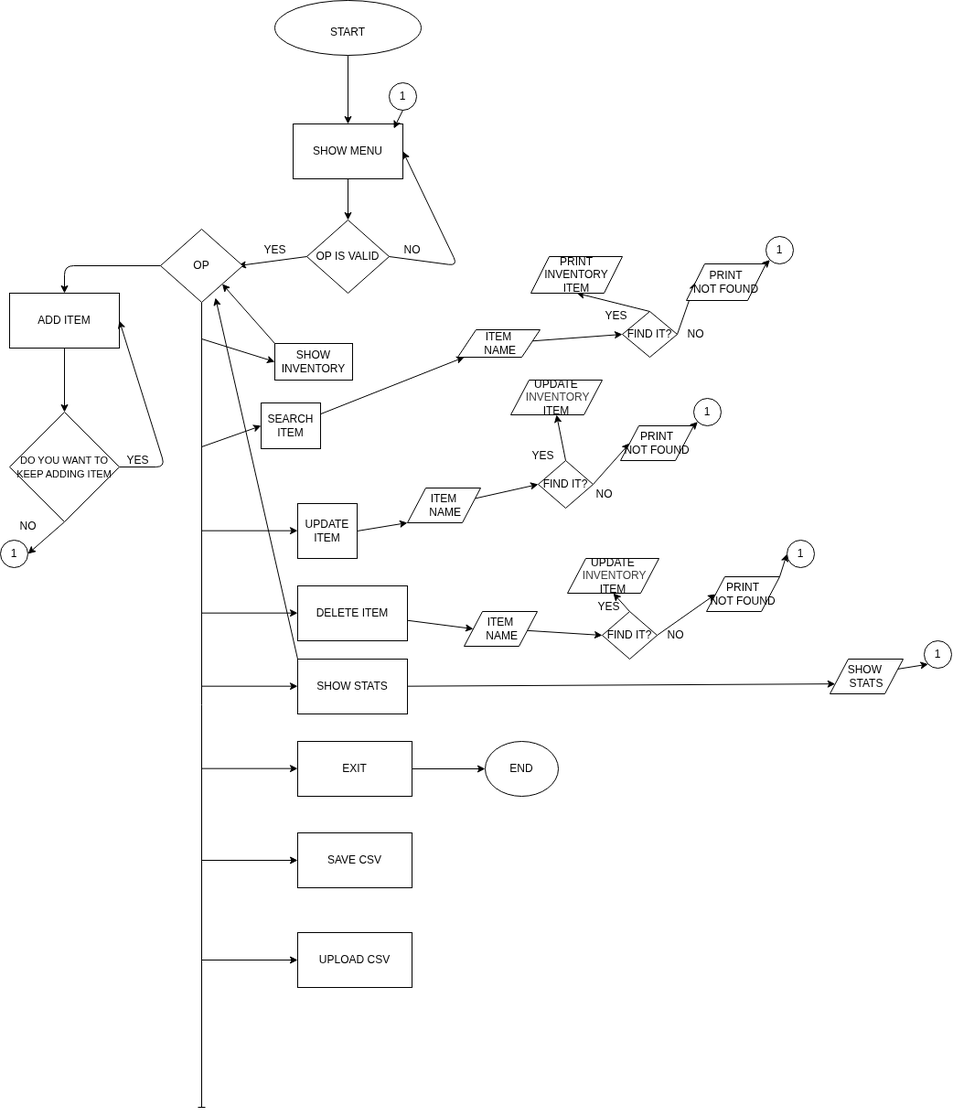
lLuyss123/User_Storys keeps this draw.io diagram as Diagrama.drawio.png. Above is the earlier version. Source tidied: cells renumbered, new cells last; positions are measured from the earlier drawing's top-left corner, leaving out a move shared by most shapes.
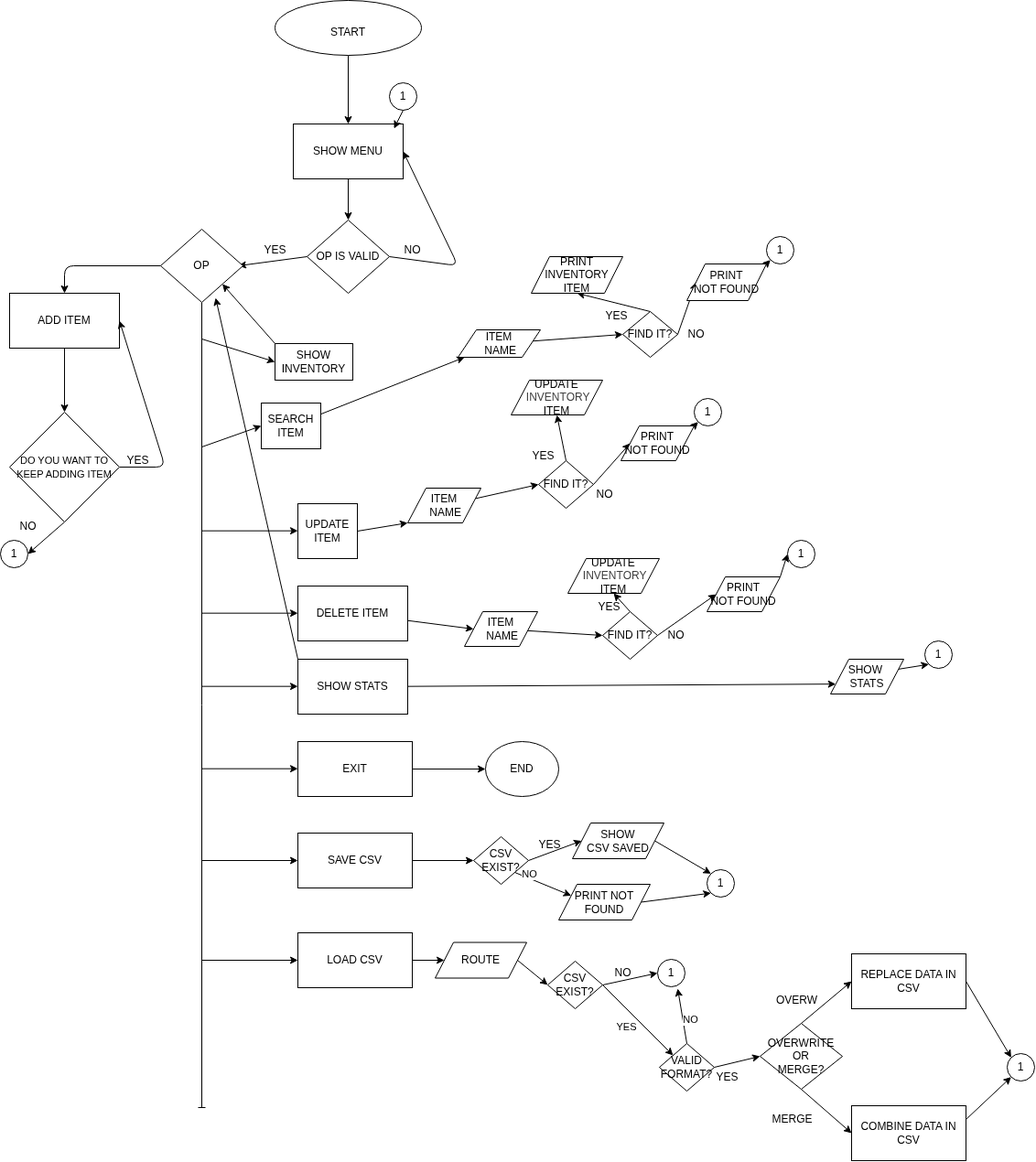
The same file after the commit.

Commit message:
diagrama terminado

The edit, as a diff of the source:
```diff
@@ -156,6 +156,9 @@
         <mxPoint x="220" y="940" as="sourcePoint" />
       </mxGeometry>
     </mxCell>
+    <mxCell id="85" style="edgeStyle=none;html=1;exitX=1;exitY=0.5;exitDx=0;exitDy=0;entryX=0;entryY=0.5;entryDx=0;entryDy=0;" parent="1" edge="1" source="42" target="92">
+      <mxGeometry relative="1" as="geometry" />
+    </mxCell>
     <mxCell id="42" value="SAVE CSV" style="rounded=0;whiteSpace=wrap;html=1;" parent="1" vertex="1">
       <mxGeometry x="325" y="910" width="125" height="60" as="geometry" />
     </mxCell>
@@ -164,7 +167,10 @@
         <mxPoint x="220" y="1049" as="sourcePoint" />
       </mxGeometry>
     </mxCell>
+    <mxCell id="86" style="edgeStyle=none;html=1;exitX=1;exitY=0.5;exitDx=0;exitDy=0;entryX=0;entryY=0.5;entryDx=0;entryDy=0;" parent="1" edge="1" source="44" target="98">
+      <mxGeometry relative="1" as="geometry" />
+    </mxCell>
-    <mxCell id="44" value="UPLOAD CSV" style="rounded=0;whiteSpace=wrap;html=1;" parent="1" vertex="1">
+    <mxCell id="44" value="LOAD CSV" style="rounded=0;whiteSpace=wrap;html=1;" parent="1" vertex="1">
       <mxGeometry x="325" y="1019" width="125" height="60" as="geometry" />
     </mxCell>
     <mxCell id="45" style="edgeStyle=none;html=1;entryX=0;entryY=0.5;entryDx=0;entryDy=0;" parent="1" edge="1" source="46" target="49">
@@ -287,5 +293,110 @@
     <mxCell id="84" value="1" style="ellipse;whiteSpace=wrap;html=1;" parent="1" vertex="1">
       <mxGeometry y="590" width="30" height="30" as="geometry" />
     </mxCell>
+    <mxCell id="87" style="edgeStyle=none;html=1;exitX=1;exitY=0.5;exitDx=0;exitDy=0;entryX=0;entryY=0;entryDx=0;entryDy=0;" parent="1" edge="1" source="88" target="96">
+      <mxGeometry relative="1" as="geometry" />
+    </mxCell>
+    <mxCell id="88" value="SHOW&lt;div&gt;CSV SAVED&lt;/div&gt;" style="shape=parallelogram;perimeter=parallelogramPerimeter;whiteSpace=wrap;html=1;fixedSize=1;" parent="1" vertex="1">
+      <mxGeometry x="625" y="899" width="100" height="39" as="geometry" />
+    </mxCell>
+    <mxCell id="89" style="edgeStyle=none;html=1;exitX=1;exitY=0.5;exitDx=0;exitDy=0;entryX=0;entryY=0.5;entryDx=0;entryDy=0;" parent="1" edge="1" source="92" target="88">
+      <mxGeometry relative="1" as="geometry" />
+    </mxCell>
+    <mxCell id="90" style="edgeStyle=none;html=1;exitX=1;exitY=1;exitDx=0;exitDy=0;entryX=0;entryY=0.25;entryDx=0;entryDy=0;" parent="1" edge="1" source="92" target="95">
+      <mxGeometry relative="1" as="geometry" />
+    </mxCell>
+    <mxCell id="91" value="NO" style="edgeLabel;html=1;align=center;verticalAlign=middle;" parent="90" vertex="1">
+      <mxGeometry x="-0.57" y="4" relative="1" as="geometry">
+        <mxPoint x="1" as="offset" />
+      </mxGeometry>
+    </mxCell>
+    <mxCell id="92" value="CSV&lt;div&gt;EXIST?&lt;/div&gt;" style="rhombus;whiteSpace=wrap;html=1;" parent="1" vertex="1">
+      <mxGeometry x="517" y="914" width="60" height="52" as="geometry" />
+    </mxCell>
+    <mxCell id="93" value="YES" style="text;html=1;align=center;verticalAlign=middle;strokeColor=none;fillColor=none;" parent="1" vertex="1">
+      <mxGeometry x="575" y="908" width="50" height="30" as="geometry" />
+    </mxCell>
+    <mxCell id="94" style="edgeStyle=none;html=1;exitX=1;exitY=0.5;exitDx=0;exitDy=0;entryX=0;entryY=1;entryDx=0;entryDy=0;" parent="1" edge="1" source="95" target="96">
+      <mxGeometry relative="1" as="geometry" />
+    </mxCell>
+    <mxCell id="95" value="PRINT NOT&lt;div&gt;FOUND&lt;/div&gt;" style="shape=parallelogram;perimeter=parallelogramPerimeter;whiteSpace=wrap;html=1;fixedSize=1;" parent="1" vertex="1">
+      <mxGeometry x="610" y="966" width="100" height="39" as="geometry" />
+    </mxCell>
+    <mxCell id="96" value="1" style="ellipse;whiteSpace=wrap;html=1;" parent="1" vertex="1">
+      <mxGeometry x="772" y="950" width="30" height="30" as="geometry" />
+    </mxCell>
+    <mxCell id="97" style="edgeStyle=none;html=1;exitX=1;exitY=0.5;exitDx=0;exitDy=0;entryX=0;entryY=0.5;entryDx=0;entryDy=0;" parent="1" edge="1" source="98" target="102">
+      <mxGeometry relative="1" as="geometry" />
+    </mxCell>
+    <mxCell id="98" value="ROUTE" style="shape=parallelogram;perimeter=parallelogramPerimeter;whiteSpace=wrap;html=1;fixedSize=1;" parent="1" vertex="1">
+      <mxGeometry x="475" y="1029.5" width="100" height="39" as="geometry" />
+    </mxCell>
+    <mxCell id="99" style="edgeStyle=none;html=1;exitX=1;exitY=0.5;exitDx=0;exitDy=0;entryX=0;entryY=0.5;entryDx=0;entryDy=0;" parent="1" edge="1" source="102" target="104">
+      <mxGeometry relative="1" as="geometry" />
+    </mxCell>
+    <mxCell id="100" style="edgeStyle=none;html=1;exitX=1;exitY=0.5;exitDx=0;exitDy=0;entryX=0;entryY=0;entryDx=0;entryDy=0;" parent="1" edge="1" source="102" target="108">
+      <mxGeometry relative="1" as="geometry" />
+    </mxCell>
+    <mxCell id="101" value="YES" style="edgeLabel;html=1;align=center;verticalAlign=middle;" parent="100" vertex="1">
+      <mxGeometry x="-0.09" y="-14" relative="1" as="geometry" />
+    </mxCell>
+    <mxCell id="102" value="CSV&lt;div&gt;EXIST?&lt;/div&gt;" style="rhombus;whiteSpace=wrap;html=1;" parent="1" vertex="1">
+      <mxGeometry x="598" y="1050" width="60" height="52" as="geometry" />
+    </mxCell>
+    <mxCell id="103" value="NO" style="text;html=1;align=center;verticalAlign=middle;strokeColor=none;fillColor=none;" parent="1" vertex="1">
+      <mxGeometry x="660" y="1048" width="40" height="30" as="geometry" />
+    </mxCell>
+    <mxCell id="104" value="1" style="ellipse;whiteSpace=wrap;html=1;" parent="1" vertex="1">
+      <mxGeometry x="718" y="1048" width="30" height="30" as="geometry" />
+    </mxCell>
+    <mxCell id="105" style="edgeStyle=none;html=1;exitX=0.5;exitY=0;exitDx=0;exitDy=0;" parent="1" edge="1" source="108">
+      <mxGeometry relative="1" as="geometry">
+        <mxPoint x="740" y="1080" as="targetPoint" />
+      </mxGeometry>
+    </mxCell>
+    <mxCell id="106" value="NO" style="edgeLabel;html=1;align=center;verticalAlign=middle;" parent="105" vertex="1">
+      <mxGeometry x="-0.15" y="-9" relative="1" as="geometry">
+        <mxPoint x="-1" as="offset" />
+      </mxGeometry>
+    </mxCell>
+    <mxCell id="107" style="edgeStyle=none;html=1;exitX=1;exitY=0.5;exitDx=0;exitDy=0;entryX=0;entryY=0.5;entryDx=0;entryDy=0;" parent="1" edge="1" source="108" target="112">
+      <mxGeometry relative="1" as="geometry" />
+    </mxCell>
+    <mxCell id="108" value="VALID&lt;div&gt;FORMAT?&lt;/div&gt;" style="rhombus;whiteSpace=wrap;html=1;" parent="1" vertex="1">
+      <mxGeometry x="720" y="1140" width="60" height="52" as="geometry" />
+    </mxCell>
+    <mxCell id="109" value="YES" style="text;html=1;align=center;verticalAlign=middle;strokeColor=none;fillColor=none;" parent="1" vertex="1">
+      <mxGeometry x="768.5" y="1162" width="50" height="30" as="geometry" />
+    </mxCell>
+    <mxCell id="110" style="edgeStyle=none;html=1;exitX=0.5;exitY=0;exitDx=0;exitDy=0;entryX=0;entryY=0.5;entryDx=0;entryDy=0;" parent="1" edge="1" source="112" target="116">
+      <mxGeometry relative="1" as="geometry" />
+    </mxCell>
+    <mxCell id="111" style="edgeStyle=none;html=1;exitX=0.5;exitY=1;exitDx=0;exitDy=0;entryX=0;entryY=0.5;entryDx=0;entryDy=0;" parent="1" edge="1" source="112" target="118">
+      <mxGeometry relative="1" as="geometry" />
+    </mxCell>
+    <mxCell id="112" value="OVERWRITE&lt;div&gt;OR&lt;/div&gt;&lt;div&gt;MERGE?&lt;/div&gt;" style="rhombus;whiteSpace=wrap;html=1;" parent="1" vertex="1">
+      <mxGeometry x="830" y="1118" width="90" height="72" as="geometry" />
+    </mxCell>
+    <mxCell id="113" value="OVERW" style="text;html=1;align=center;verticalAlign=middle;strokeColor=none;fillColor=none;" parent="1" vertex="1">
+      <mxGeometry x="835" y="1078" width="70" height="30" as="geometry" />
+    </mxCell>
+    <mxCell id="114" value="MERGE" style="text;html=1;align=center;verticalAlign=middle;strokeColor=none;fillColor=none;" parent="1" vertex="1">
+      <mxGeometry x="830" y="1208" width="70" height="30" as="geometry" />
+    </mxCell>
+    <mxCell id="115" style="edgeStyle=none;html=1;exitX=1;exitY=0.5;exitDx=0;exitDy=0;entryX=0;entryY=0;entryDx=0;entryDy=0;" parent="1" edge="1" source="116" target="119">
+      <mxGeometry relative="1" as="geometry" />
+    </mxCell>
+    <mxCell id="116" value="REPLACE DATA IN CSV" style="rounded=0;whiteSpace=wrap;html=1;" parent="1" vertex="1">
+      <mxGeometry x="930" y="1042" width="125" height="60" as="geometry" />
+    </mxCell>
+    <mxCell id="117" style="edgeStyle=none;html=1;exitX=1;exitY=0.25;exitDx=0;exitDy=0;entryX=0;entryY=1;entryDx=0;entryDy=0;" parent="1" edge="1" source="118" target="119">
+      <mxGeometry relative="1" as="geometry" />
+    </mxCell>
+    <mxCell id="118" value="COMBINE DATA IN CSV" style="rounded=0;whiteSpace=wrap;html=1;" parent="1" vertex="1">
+      <mxGeometry x="930" y="1208" width="125" height="60" as="geometry" />
+    </mxCell>
+    <mxCell id="119" value="1" style="ellipse;whiteSpace=wrap;html=1;" parent="1" vertex="1">
+      <mxGeometry x="1100" y="1151" width="30" height="30" as="geometry" />
+    </mxCell>
   </root>
 </mxGraphModel>
```
